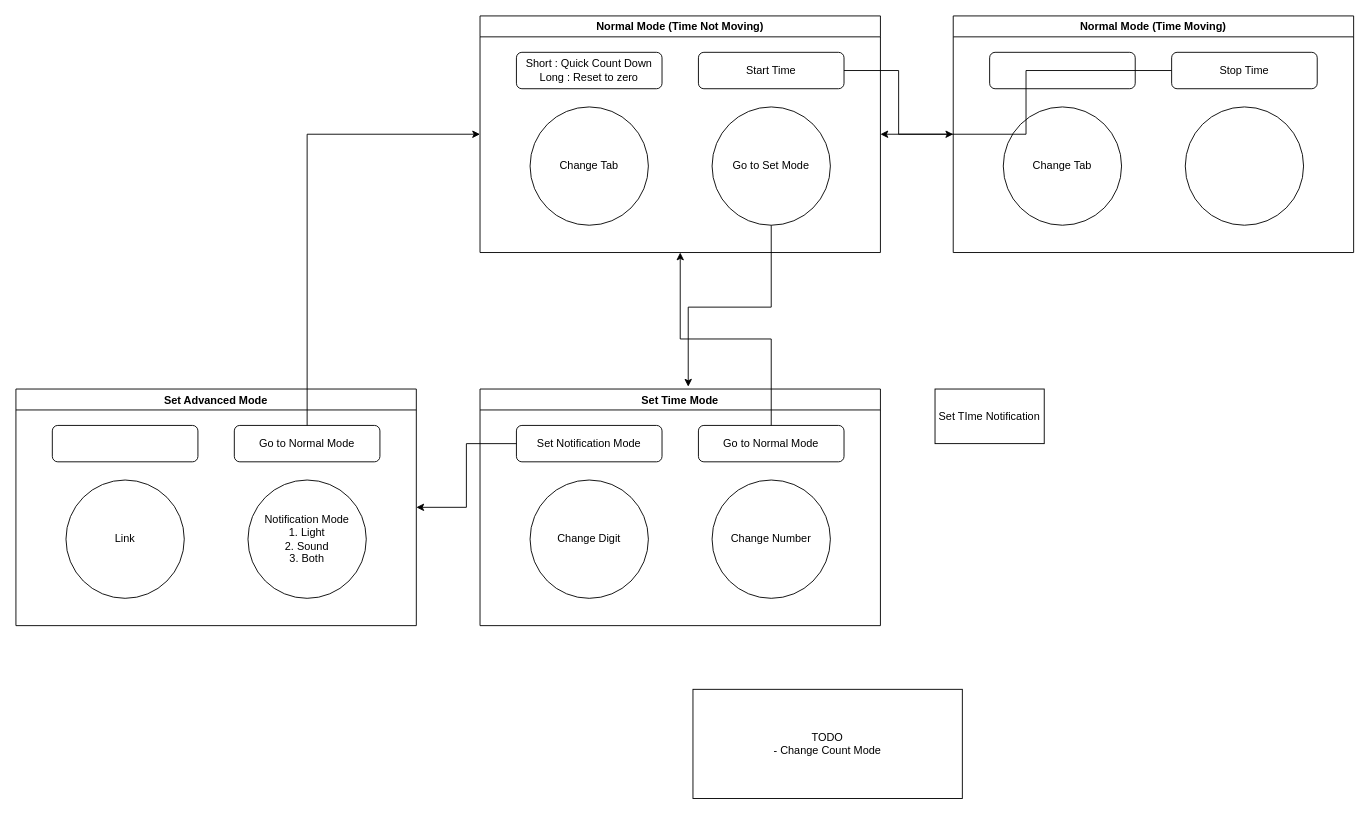
The draw.io diagram UX_Design.drawio in knowblesse/Mightimer, before the edit. Source tidied: cells renumbered, new cells numbered last; positions are measured from the earlier drawing's top-left corner, leaving out a move shared by most shapes. Both pictures are drawn from the tidied source at 91%, with x=0, y=0 at pixel (15, 15).
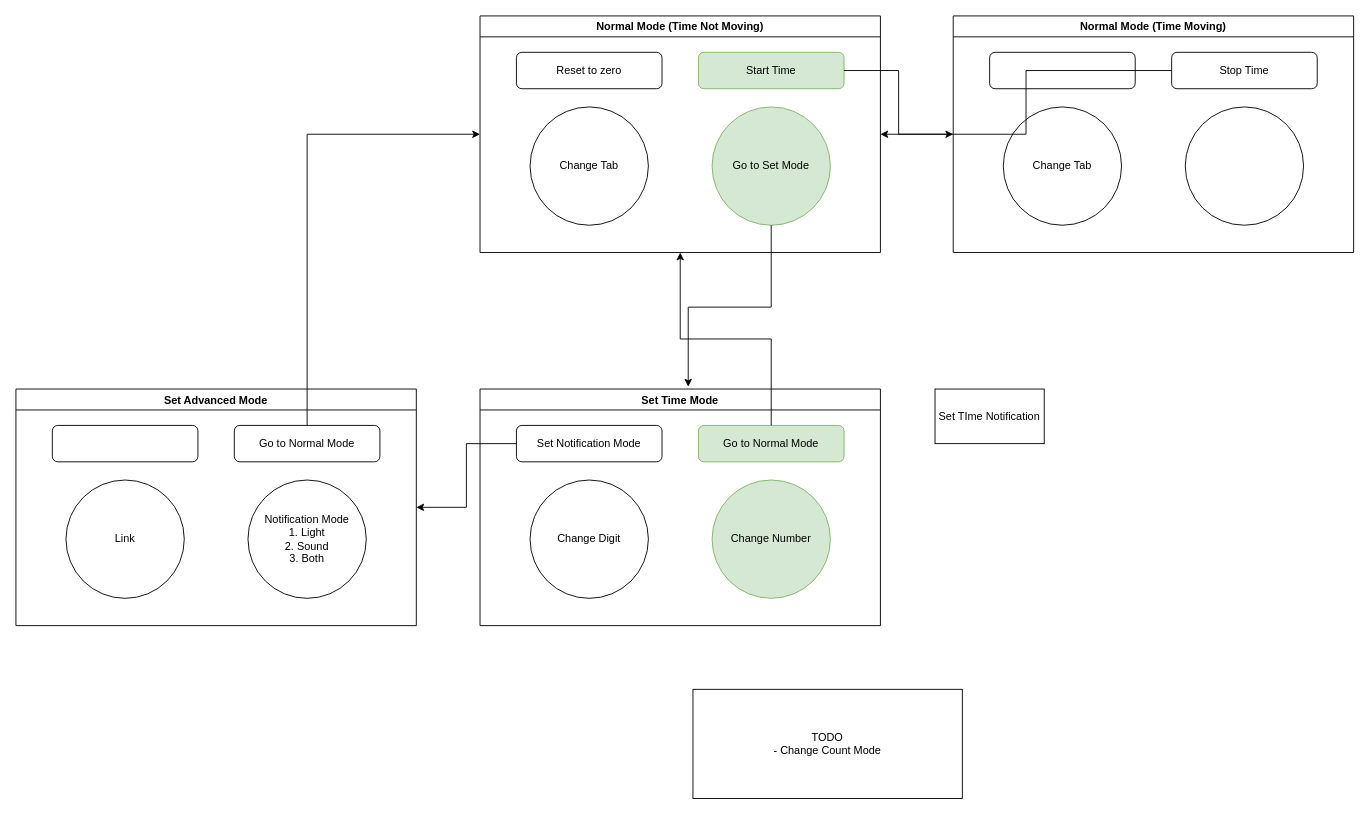
The same page after the edit.

The change refers to these unchanged cells:
```xml
<mxCell id="2" value="Normal Mode (Time Not Moving)" style="swimlane;" parent="1" vertex="1">
  <mxGeometry x="510" width="440" height="260" as="geometry" />
</mxCell>
<mxCell id="7" value="Set Time Mode" style="swimlane;" parent="1" vertex="1">
  <mxGeometry x="510" y="410" width="440" height="260" as="geometry" />
</mxCell>
```

The edit, as a diff of the source:
```diff
@@
-    <mxCell id="3" value="Start Time" style="rounded=1;whiteSpace=wrap;html=1;" parent="2" vertex="1">
+    <mxCell id="3" value="Start Time" style="rounded=1;whiteSpace=wrap;html=1;fillColor=#d5e8d4;strokeColor=#82b366;" parent="2" vertex="1">
       <mxGeometry x="240" y="40" width="160" height="40" as="geometry" />
     </mxCell>
-    <mxCell id="4" value="Short : Quick Count Down&lt;br&gt;Long : Reset to zero" style="rounded=1;whiteSpace=wrap;html=1;" parent="2" vertex="1">
+    <mxCell id="4" value="Reset to zero" style="rounded=1;whiteSpace=wrap;html=1;" parent="2" vertex="1">
       <mxGeometry x="40" y="40" width="160" height="40" as="geometry" />
     </mxCell>
@@
-    <mxCell id="6" value="Go to Set Mode" style="ellipse;whiteSpace=wrap;html=1;" parent="2" vertex="1">
+    <mxCell id="6" value="Go to Set Mode" style="ellipse;whiteSpace=wrap;html=1;fillColor=#d5e8d4;strokeColor=#82b366;" parent="2" vertex="1">
       <mxGeometry x="255" y="100" width="130" height="130" as="geometry" />
     </mxCell>
@@
-    <mxCell id="8" value="Go to Normal Mode" style="rounded=1;whiteSpace=wrap;html=1;" parent="7" vertex="1">
+    <mxCell id="8" value="Go to Normal Mode" style="rounded=1;whiteSpace=wrap;html=1;fillColor=#d5e8d4;strokeColor=#82b366;" parent="7" vertex="1">
       <mxGeometry x="240" y="40" width="160" height="40" as="geometry" />
     </mxCell>
@@
-    <mxCell id="11" value="Change Number" style="ellipse;whiteSpace=wrap;html=1;" parent="7" vertex="1">
+    <mxCell id="11" value="Change Number" style="ellipse;whiteSpace=wrap;html=1;fillColor=#d5e8d4;strokeColor=#82b366;" parent="7" vertex="1">
       <mxGeometry x="255" y="100" width="130" height="130" as="geometry" />
     </mxCell>
```
